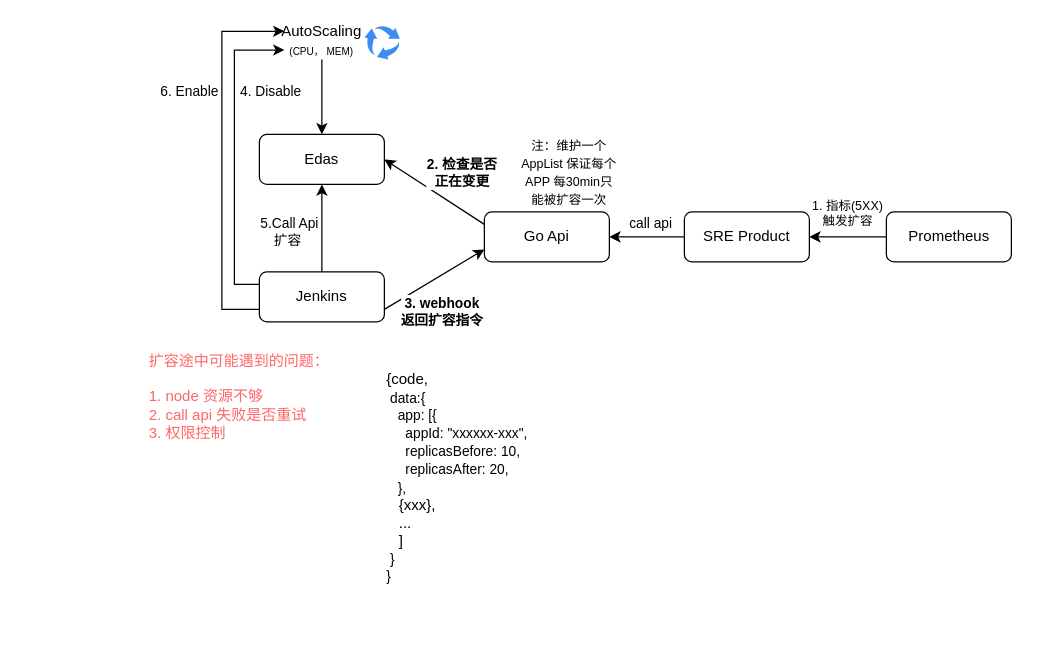
Allen9797/WorkZone keeps this draw.io diagram as page "扩容" (6 of 6) of 数据架构图.drawio. Above is the earlier version. Source tidied: cells renumbered, new cells numbered last; positions are measured from the earlier drawing's top-left corner, leaving out a move shared by most shapes. Both pictures are drawn from the tidied source at 125%, with x=0, y=0 at pixel (146, 21).
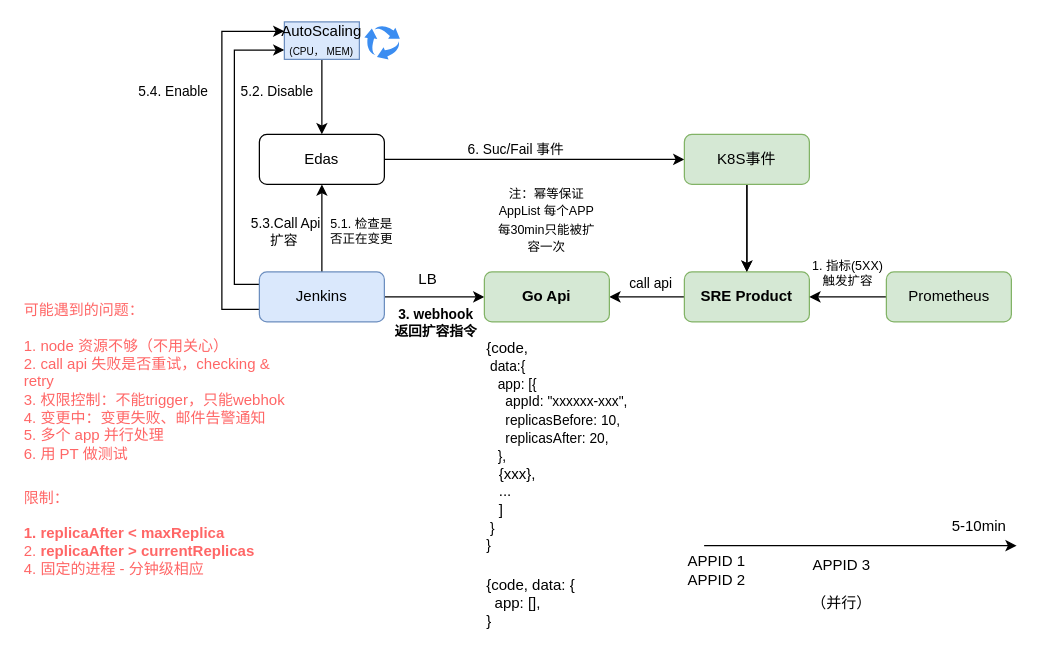
After the change.

Commit message:
更新数据架构图.drawio

The change refers to these unchanged cells:
```xml
<mxCell id="2" value="Edas" style="rounded=1;whiteSpace=wrap;html=1;" parent="1" vertex="1">
  <mxGeometry x="90" y="90" width="100" height="40" as="geometry" />
</mxCell>
<mxCell id="3" style="edgeStyle=orthogonalEdgeStyle;rounded=0;jettySize=auto;html=1;" parent="1" edge="1" source="11" target="2">
  <mxGeometry relative="1" as="geometry" />
</mxCell>
<mxCell id="7" style="edgeStyle=orthogonalEdgeStyle;rounded=0;jettySize=auto;html=1;exitX=0;exitY=0.25;exitDx=0;exitDy=0;entryX=0;entryY=0.75;entryDx=0;entryDy=0;" parent="1" edge="1" source="11" target="25">
  <mxGeometry relative="1" as="geometry" />
</mxCell>
<mxCell id="9" style="edgeStyle=orthogonalEdgeStyle;rounded=0;jettySize=auto;html=1;exitX=0;exitY=0.75;exitDx=0;exitDy=0;entryX=0;entryY=0.25;entryDx=0;entryDy=0;" parent="1" edge="1" source="11" target="25">
  <mxGeometry relative="1" as="geometry">
    <Array as="points">
      <mxPoint x="60" y="230" />
      <mxPoint x="60" y="8" />
    </Array>
  </mxGeometry>
</mxCell>
```

The edit, as a diff of the source:
```diff
@@
+    <mxCell id="27" style="rounded=0;jettySize=auto;html=1;entryX=0;entryY=0.5;entryDx=0;entryDy=0;exitX=1;exitY=0.5;exitDx=0;exitDy=0;" parent="1" edge="1" source="2" target="33">
+      <mxGeometry relative="1" as="geometry" />
+    </mxCell>
+    <mxCell id="28" value="6. Suc/Fail 事件" style="edgeLabel;html=1;align=center;verticalAlign=middle;" parent="27" vertex="1">
+      <mxGeometry x="-0.15" y="1" relative="1" as="geometry">
+        <mxPoint x="2" y="-8" as="offset" />
+      </mxGeometry>
+    </mxCell>
@@
-    <mxCell id="4" value="5.Call Api&lt;br&gt;扩容&amp;nbsp;" style="edgeLabel;html=1;align=center;verticalAlign=middle;" parent="3" vertex="1">
+    <mxCell id="4" value="5.3.Call Api&lt;br&gt;扩容&amp;nbsp;" style="edgeLabel;html=1;align=center;verticalAlign=middle;" parent="3" vertex="1">
       <mxGeometry x="0.08" y="-3" relative="1" as="geometry">
-        <mxPoint x="-30" y="5" as="offset" />
+        <mxPoint x="-33" y="5" as="offset" />
       </mxGeometry>
     </mxCell>
-    <mxCell id="5" style="rounded=0;jettySize=auto;html=1;exitX=1;exitY=0.75;exitDx=0;exitDy=0;entryX=0;entryY=0.75;entryDx=0;entryDy=0;" parent="1" edge="1" source="11" target="26">
+    <mxCell id="5" style="rounded=0;jettySize=auto;html=1;exitX=1;exitY=0.5;exitDx=0;exitDy=0;entryX=0;entryY=0.5;entryDx=0;entryDy=0;" parent="1" edge="1" source="11" target="26">
       <mxGeometry relative="1" as="geometry" />
     </mxCell>
     <mxCell id="6" value="3. webhook &lt;br&gt;返回扩容指令" style="edgeLabel;html=1;align=center;verticalAlign=middle;fontStyle=1;" parent="5" vertex="1">
       <mxGeometry x="-0.22" y="-2" relative="1" as="geometry">
-        <mxPoint x="14" y="18" as="offset" />
+        <mxPoint x="9" y="18" as="offset" />
       </mxGeometry>
     </mxCell>
@@
-    <mxCell id="8" value="4. Disable" style="edgeLabel;html=1;align=center;verticalAlign=middle;fontStyle=0;" parent="7" vertex="1">
+    <mxCell id="8" value="5.2. Disable" style="edgeLabel;html=1;align=center;verticalAlign=middle;fontStyle=0;" parent="7" vertex="1">
       <mxGeometry x="0.1" relative="1" as="geometry">
-        <mxPoint x="28" y="-39" as="offset" />
+        <mxPoint x="33" y="-39" as="offset" />
       </mxGeometry>
     </mxCell>
@@
-    <mxCell id="10" value="6. Enable" style="edgeLabel;html=1;align=center;verticalAlign=middle;fontStyle=0;" parent="9" vertex="1">
+    <mxCell id="10" value="5.4. Enable" style="edgeLabel;html=1;align=center;verticalAlign=middle;fontStyle=0;" parent="9" vertex="1">
       <mxGeometry x="0.3" y="1" relative="1" as="geometry">
-        <mxPoint x="-26" y="-8" as="offset" />
+        <mxPoint x="-39" y="-8" as="offset" />
       </mxGeometry>
     </mxCell>
-    <mxCell id="11" value="Jenkins" style="rounded=1;whiteSpace=wrap;html=1;" parent="1" vertex="1">
+    <mxCell id="11" value="Jenkins" style="rounded=1;whiteSpace=wrap;html=1;fillColor=#dae8fc;strokeColor=#6c8ebf;" parent="1" vertex="1">
       <mxGeometry x="90" y="200" width="100" height="40" as="geometry" />
     </mxCell>
-    <mxCell id="12" style="rounded=0;jettySize=auto;html=1;exitX=0;exitY=0.25;exitDx=0;exitDy=0;entryX=1;entryY=0.5;entryDx=0;entryDy=0;" parent="1" edge="1" source="26" target="2">
-      <mxGeometry relative="1" as="geometry" />
-    </mxCell>
-    <mxCell id="13" value="2. 检查是否&lt;br&gt;正在变更" style="edgeLabel;html=1;align=center;verticalAlign=middle;fontStyle=1;" parent="12" vertex="1">
-      <mxGeometry x="0.02" y="-1" relative="1" as="geometry">
-        <mxPoint x="22" y="-14" as="offset" />
-      </mxGeometry>
-    </mxCell>
@@
-    <mxCell id="16" value="SRE Product" style="rounded=1;whiteSpace=wrap;html=1;" parent="1" vertex="1">
-      <mxGeometry x="430" y="152" width="100" height="40" as="geometry" />
+    <mxCell id="16" value="SRE Product" style="rounded=1;whiteSpace=wrap;html=1;fontStyle=1;fillColor=#d5e8d4;strokeColor=#82b366;" parent="1" vertex="1">
+      <mxGeometry x="430" y="200" width="100" height="40" as="geometry" />
     </mxCell>
     <mxCell id="17" value="{code,&lt;br style=&quot;border-color: var(--border-color); font-size: 11px;&quot;&gt;&lt;span style=&quot;font-size: 11px; background-color: rgb(255, 255, 255);&quot;&gt;&amp;nbsp;data:{&lt;/span&gt;&lt;br style=&quot;border-color: var(--border-color); font-size: 11px;&quot;&gt;&lt;span style=&quot;font-size: 11px; background-color: rgb(255, 255, 255);&quot;&gt;&amp;nbsp; &amp;nbsp;app: [{&lt;/span&gt;&lt;br style=&quot;border-color: var(--border-color); font-size: 11px;&quot;&gt;&lt;span style=&quot;font-size: 11px; background-color: rgb(255, 255, 255);&quot;&gt;&amp;nbsp; &amp;nbsp; &amp;nbsp;appId: &quot;xxxxxx-xxx&quot;,&lt;/span&gt;&lt;br style=&quot;border-color: var(--border-color); font-size: 11px;&quot;&gt;&lt;span style=&quot;font-size: 11px; background-color: rgb(255, 255, 255);&quot;&gt;&amp;nbsp; &amp;nbsp; &amp;nbsp;replicasBefore: 10,&lt;/span&gt;&lt;br style=&quot;border-color: var(--border-color); font-size: 11px;&quot;&gt;&lt;span style=&quot;font-size: 11px; background-color: rgb(255, 255, 255);&quot;&gt;&amp;nbsp; &amp;nbsp; &amp;nbsp;replicasAfter: 20,&lt;/span&gt;&lt;br style=&quot;border-color: var(--border-color); font-size: 11px;&quot;&gt;&lt;span style=&quot;font-size: 11px; background-color: rgb(255, 255, 255);&quot;&gt;&amp;nbsp; &amp;nbsp;},&lt;br&gt;&lt;/span&gt;&amp;nbsp; &amp;nbsp;{xxx},&lt;br&gt;&amp;nbsp; &amp;nbsp;...&lt;br&gt;&amp;nbsp; &amp;nbsp;]&lt;br style=&quot;border-color: var(--border-color); font-size: 11px;&quot;&gt;&lt;span style=&quot;font-size: 11px; background-color: rgb(255, 255, 255);&quot;&gt;&amp;nbsp;}&lt;/span&gt;&lt;br style=&quot;border-color: var(--border-color); font-size: 11px;&quot;&gt;&lt;span style=&quot;font-size: 11px; background-color: rgb(255, 255, 255);&quot;&gt;}&lt;/span&gt;" style="text;html=1;strokeColor=none;fillColor=none;align=left;verticalAlign=middle;whiteSpace=wrap;rounded=0;" parent="1" vertex="1">
-      <mxGeometry x="190" y="270" width="130" height="190" as="geometry" />
+      <mxGeometry x="270" y="250" width="125" height="180" as="geometry" />
     </mxCell>
@@
     <mxCell id="19" value="1. 指标(5XX&lt;span style=&quot;font-size: 10px; background-color: rgb(255, 255, 255);&quot;&gt;)&lt;br&gt;触发扩容&lt;/span&gt;" style="text;html=1;strokeColor=none;fillColor=none;align=center;verticalAlign=middle;whiteSpace=wrap;rounded=0;fontSize=10;" parent="1" vertex="1">
-      <mxGeometry x="530" y="138" width="61.6" height="30" as="geometry" />
+      <mxGeometry x="530" y="186" width="61.6" height="30" as="geometry" />
     </mxCell>
@@
-    <mxCell id="21" value="Prometheus" style="rounded=1;whiteSpace=wrap;html=1;" parent="1" vertex="1">
-      <mxGeometry x="591.6" y="152" width="100" height="40" as="geometry" />
+    <mxCell id="21" value="Prometheus" style="rounded=1;whiteSpace=wrap;html=1;fillColor=#d5e8d4;strokeColor=#82b366;" parent="1" vertex="1">
+      <mxGeometry x="591.6" y="200" width="100" height="40" as="geometry" />
     </mxCell>
-    <mxCell id="22" value="&lt;font style=&quot;font-size: 10px;&quot;&gt;注：维护一个AppList 保证每个APP 每30min只能被扩容一次&lt;/font&gt;" style="text;html=1;strokeColor=none;fillColor=none;align=center;verticalAlign=middle;whiteSpace=wrap;rounded=0;" parent="1" vertex="1">
-      <mxGeometry x="298.4" y="87" width="80" height="65" as="geometry" />
+    <mxCell id="22" value="&lt;font style=&quot;font-size: 10px;&quot;&gt;注：幂等保证&lt;br&gt;AppList 每个APP 每30min只能被扩容一次&lt;/font&gt;" style="text;html=1;strokeColor=none;fillColor=none;align=center;verticalAlign=middle;whiteSpace=wrap;rounded=0;" parent="1" vertex="1">
+      <mxGeometry x="280" y="125.5" width="80" height="65" as="geometry" />
     </mxCell>
-    <mxCell id="23" value="扩容途中可能遇到的问题：&lt;br&gt;&lt;br&gt;1. node 资源不够&lt;br&gt;2. call api 失败是否重试&lt;br&gt;3. 权限控制" style="text;html=1;strokeColor=none;fillColor=none;align=left;verticalAlign=middle;whiteSpace=wrap;rounded=0;fontColor=#FF6666;" parent="1" vertex="1">
-      <mxGeometry y="250" width="150" height="100" as="geometry" />
+    <mxCell id="23" value="可能遇到的问题：&lt;br&gt;&lt;br&gt;1. node 资源不够（不用关心）&lt;br&gt;2. call api 失败是否重试，checking &amp;amp; retry&lt;br&gt;3. 权限控制：不能trigger，只能webhok&lt;br&gt;4. 变更中：变更失败、邮件告警通知&lt;br&gt;5. 多个 app 并行处理&lt;br&gt;6. 用 PT 做测试" style="text;html=1;strokeColor=none;fillColor=none;align=left;verticalAlign=middle;whiteSpace=wrap;rounded=0;fontColor=#FF6666;" parent="1" vertex="1">
+      <mxGeometry x="-100" y="216" width="220" height="144" as="geometry" />
     </mxCell>
@@
-    <mxCell id="25" value="AutoScaling&lt;br style=&quot;border-color: var(--border-color);&quot;&gt;&lt;font style=&quot;border-color: var(--border-color); font-size: 8px;&quot;&gt;(CPU， MEM)&lt;/font&gt;" style="text;html=1;strokeColor=none;fillColor=none;align=center;verticalAlign=middle;whiteSpace=wrap;rounded=0;" parent="1" vertex="1">
+    <mxCell id="25" value="AutoScaling&lt;br style=&quot;border-color: var(--border-color);&quot;&gt;&lt;font style=&quot;border-color: var(--border-color); font-size: 8px;&quot;&gt;(CPU， MEM)&lt;/font&gt;" style="text;html=1;strokeColor=#6c8ebf;fillColor=#dae8fc;align=center;verticalAlign=middle;whiteSpace=wrap;rounded=0;" parent="1" vertex="1">
       <mxGeometry x="110" width="60" height="30" as="geometry" />
     </mxCell>
-    <mxCell id="26" value="Go Api" style="rounded=1;whiteSpace=wrap;html=1;" parent="1" vertex="1">
-      <mxGeometry x="270" y="152" width="100" height="40" as="geometry" />
+    <mxCell id="26" value="Go Api" style="rounded=1;whiteSpace=wrap;html=1;fontStyle=1;fillColor=#d5e8d4;strokeColor=#82b366;" parent="1" vertex="1">
+      <mxGeometry x="270" y="200" width="100" height="40" as="geometry" />
     </mxCell>
+    <mxCell id="29" value="5.1. 检查是否&lt;span style=&quot;font-size: 10px; background-color: rgb(255, 255, 255);&quot;&gt;正在变更&lt;/span&gt;" style="text;html=1;strokeColor=none;fillColor=none;align=center;verticalAlign=middle;whiteSpace=wrap;rounded=0;fontSize=10;" parent="1" vertex="1">
+      <mxGeometry x="142.4" y="152" width="60" height="30" as="geometry" />
+    </mxCell>
+    <mxCell id="30" value="限制：&lt;br&gt;&lt;br&gt;&lt;b&gt;1. replicaAfter &amp;lt; maxReplica&lt;/b&gt;&lt;br&gt;2.&amp;nbsp;&lt;b style=&quot;border-color: var(--border-color);&quot;&gt;replicaAfter &amp;gt; currentR&lt;/b&gt;&lt;b&gt;eplicas&lt;/b&gt;&lt;br&gt;4. 固定的进程 - 分钟级相应" style="text;html=1;strokeColor=none;fillColor=none;align=left;verticalAlign=middle;whiteSpace=wrap;rounded=0;fontColor=#FF6666;" parent="1" vertex="1">
+      <mxGeometry x="-100" y="364" width="210" height="90" as="geometry" />
+    </mxCell>
+    <mxCell id="31" style="edgeStyle=orthogonalEdgeStyle;rounded=0;jettySize=auto;html=1;exitX=0.5;exitY=1;exitDx=0;exitDy=0;" parent="1" edge="1" source="33" target="16">
+      <mxGeometry relative="1" as="geometry" />
+    </mxCell>
+    <mxCell id="32" style="edgeStyle=orthogonalEdgeStyle;rounded=0;jettySize=auto;html=1;" parent="1" edge="1" source="33" target="16">
+      <mxGeometry relative="1" as="geometry" />
+    </mxCell>
+    <mxCell id="33" value="K8S事件" style="rounded=1;whiteSpace=wrap;html=1;fontStyle=0;fillColor=#d5e8d4;strokeColor=#82b366;" parent="1" vertex="1">
+      <mxGeometry x="430" y="90" width="100" height="40" as="geometry" />
+    </mxCell>
+    <mxCell id="34" value="LB" style="text;html=1;strokeColor=none;fillColor=none;align=center;verticalAlign=middle;whiteSpace=wrap;rounded=0;" parent="1" vertex="1">
+      <mxGeometry x="195" y="190.5" width="60" height="30" as="geometry" />
+    </mxCell>
+    <mxCell id="35" value="{code, data: {&lt;br&gt;&amp;nbsp;&amp;nbsp;app: [],&lt;br&gt;}" style="text;html=1;strokeColor=none;fillColor=none;align=left;verticalAlign=middle;whiteSpace=wrap;rounded=0;" parent="1" vertex="1">
+      <mxGeometry x="270" y="440" width="125" height="50" as="geometry" />
+    </mxCell>
+    <mxCell id="36" style="endArrow=classic;html=1;rounded=0;" parent="1" edge="1">
+      <mxGeometry relative="1" as="geometry">
+        <mxPoint x="445.8" y="419" as="sourcePoint" />
+        <mxPoint x="695.8" y="419" as="targetPoint" />
+      </mxGeometry>
+    </mxCell>
+    <mxCell id="37" value="APPID 1&lt;br&gt;APPID 2" style="text;html=1;strokeColor=none;fillColor=none;align=center;verticalAlign=middle;whiteSpace=wrap;rounded=0;" parent="1" vertex="1">
+      <mxGeometry x="425.8" y="424" width="60" height="30" as="geometry" />
+    </mxCell>
+    <mxCell id="38" value="APPID 3" style="text;html=1;strokeColor=none;fillColor=none;align=center;verticalAlign=middle;whiteSpace=wrap;rounded=0;" parent="1" vertex="1">
+      <mxGeometry x="525.8" y="420" width="60" height="30" as="geometry" />
+    </mxCell>
+    <mxCell id="39" value="5-10min" style="text;html=1;strokeColor=none;fillColor=none;align=center;verticalAlign=middle;whiteSpace=wrap;rounded=0;" parent="1" vertex="1">
+      <mxGeometry x="635.8" y="389" width="60" height="30" as="geometry" />
+    </mxCell>
+    <mxCell id="40" value="（并行）" style="text;html=1;strokeColor=none;fillColor=none;align=center;verticalAlign=middle;whiteSpace=wrap;rounded=0;" parent="1" vertex="1">
+      <mxGeometry x="525.8" y="450" width="60" height="30" as="geometry" />
+    </mxCell>
```
